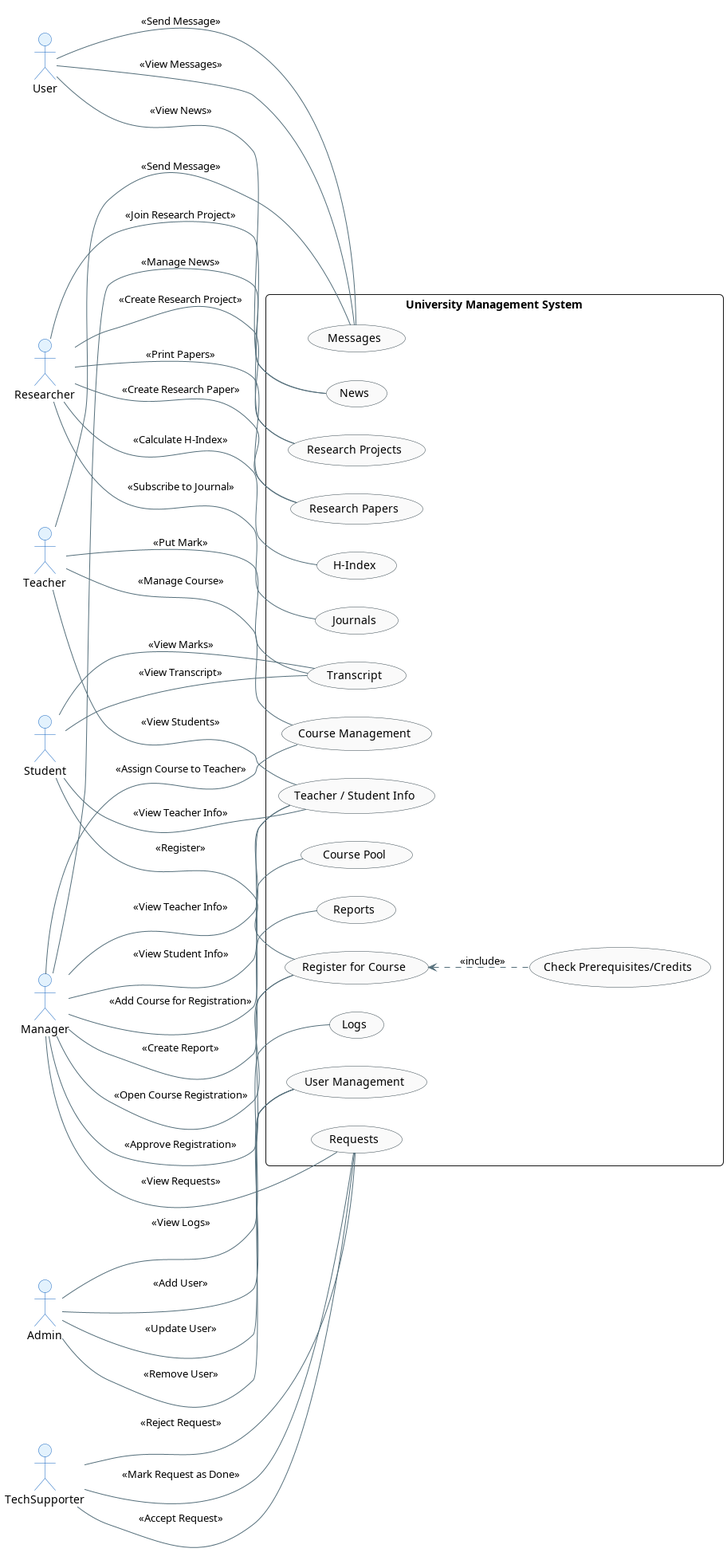
Earlier version of the PlantUML export out/PartA/useCaseDiagrams/courseRegistration/courseRegistration.png (ofeerist/uni-crm-oop). The source it was exported from:
```plantuml
@startuml
skinparam theme plain
skinparam packageStyle rectangle
skinparam roundcorner 10
skinparam shadowing false
skinparam defaultFontName "Segoe UI"

skinparam actor {
    BackgroundColor #E3F2FD
    BorderColor #1565C0
    FontColor #000000
}

skinparam usecase {
    BackgroundColor #FAFAFA
    BorderColor #37474F
    ArrowColor #546E7A
    FontColor #000000
}

left to right direction

actor "User" as U
actor "Student" as S
actor "Teacher" as T
actor "Researcher" as R
actor "Manager" as M
actor "Admin" as A
actor "TechSupporter" as TS

rectangle "University Management System" {

    usecase "Register for Course" as Register
    usecase "Check Prerequisites/Credits" as CheckCredits
    usecase "Transcript" as Transcript
    usecase "Course Management" as CourseMgmt
    usecase "Course Pool" as CoursePool
    usecase "Teacher / Student Info" as Info
    usecase "Messages" as Messages
    usecase "News" as News
    usecase "Research Projects" as ResearchProjects
    usecase "Research Papers" as ResearchPapers
    usecase "H-Index" as HIndex
    usecase "Journals" as Journals
    usecase "User Management" as UserMgmt
    usecase "Logs" as Logs
    usecase "Requests" as Requests
    usecase "Reports" as Reports

    U -- News : <<View News>>
    U -- Messages : <<Send Message>>
    U -- Messages : <<View Messages>>

    M -- Register : <<Open Course Registration>>
    M -- Register : <<Approve Registration>>
    M -- CoursePool : <<Add Course for Registration>>
    M -- CourseMgmt : <<Assign Course to Teacher>>
    M -- Reports : <<Create Report>>
    M -- Info : <<View Student Info>>
    M -- Info : <<View Teacher Info>>
    M -- News : <<Manage News>>
    M -- Requests : <<View Requests>>

    S -- Register : <<Register>>
    Register <.. CheckCredits : <<include>>
    S -- Transcript : <<View Transcript>>
    S -- Transcript : <<View Marks>>
    S -- Info : <<View Teacher Info>>

    T -- Transcript : <<Put Mark>>
    T -- CourseMgmt : <<Manage Course>>
    T -- Info : <<View Students>>
    T -- Messages : <<Send Message>>

    A -- UserMgmt : <<Add User>>
    A -- UserMgmt : <<Update User>>
    A -- UserMgmt : <<Remove User>>
    A -- Logs : <<View Logs>>

    TS -- Requests : <<Accept Request>>
    TS -- Requests : <<Reject Request>>
    TS -- Requests : <<Mark Request as Done>>

    R -- ResearchProjects : <<Create Research Project>>
    R -- ResearchProjects : <<Join Research Project>>
    R -- ResearchPapers : <<Create Research Paper>>
    R -- ResearchPapers : <<Print Papers>>
    R -- HIndex : <<Calculate H-Index>>
    R -- Journals : <<Subscribe to Journal>>
}

@enduml
```
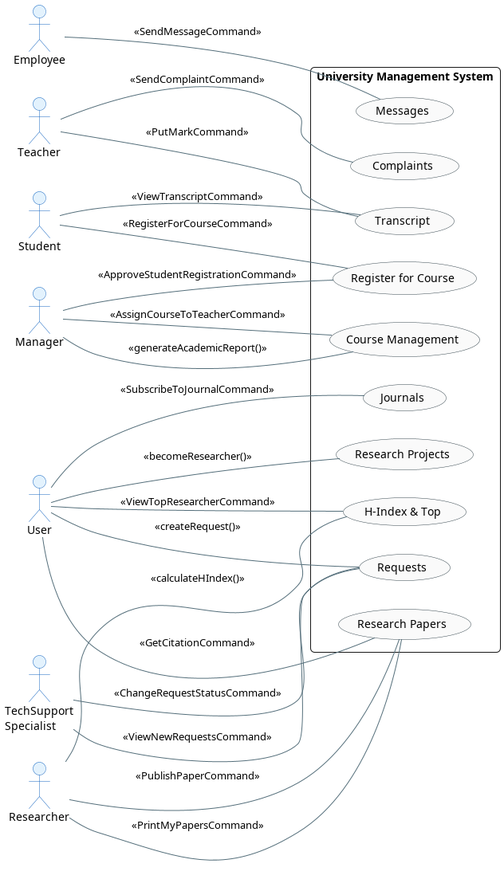
After the commit.

Change to the diagram source:
```diff
@@ -22,71 +22,49 @@
 
 actor "User" as U
 actor "Student" as S
+actor "Employee" as E
 actor "Teacher" as T
+actor "Manager" as M
+actor "TechSupport\nSpecialist" as TSS
 actor "Researcher" as R
-actor "Manager" as M
-actor "Admin" as A
-actor "TechSupporter" as TS
 
 rectangle "University Management System" {
 
     usecase "Register for Course" as Register
-    usecase "Check Prerequisites/Credits" as CheckCredits
     usecase "Transcript" as Transcript
     usecase "Course Management" as CourseMgmt
-    usecase "Course Pool" as CoursePool
-    usecase "Teacher / Student Info" as Info
     usecase "Messages" as Messages
-    usecase "News" as News
+    usecase "Complaints" as Complaints
+    usecase "Requests" as Requests
     usecase "Research Projects" as ResearchProjects
     usecase "Research Papers" as ResearchPapers
-    usecase "H-Index" as HIndex
+    usecase "H-Index & Top" as HIndex
     usecase "Journals" as Journals
-    usecase "User Management" as UserMgmt
-    usecase "Logs" as Logs
-    usecase "Requests" as Requests
-    usecase "Reports" as Reports
 
-    U -- News : <<View News>>
-    U -- Messages : <<Send Message>>
-    U -- Messages : <<View Messages>>
+    U -- Requests : <<createRequest()>>
+    U -- Journals : <<SubscribeToJournalCommand>>
+    U -- ResearchPapers : <<GetCitationCommand>>
+    U -- HIndex : <<ViewTopResearcherCommand>>
+    U -- ResearchProjects : <<becomeResearcher()>>
 
-    M -- Register : <<Open Course Registration>>
-    M -- Register : <<Approve Registration>>
-    M -- CoursePool : <<Add Course for Registration>>
-    M -- CourseMgmt : <<Assign Course to Teacher>>
-    M -- Reports : <<Create Report>>
-    M -- Info : <<View Student Info>>
-    M -- Info : <<View Teacher Info>>
-    M -- News : <<Manage News>>
-    M -- Requests : <<View Requests>>
+    E -- Messages : <<SendMessageCommand>>
 
-    S -- Register : <<Register>>
-    Register <.. CheckCredits : <<include>>
-    S -- Transcript : <<View Transcript>>
-    S -- Transcript : <<View Marks>>
-    S -- Info : <<View Teacher Info>>
+    S -- Register : <<RegisterForCourseCommand>>
+    S -- Transcript : <<ViewTranscriptCommand>>
 
-    T -- Transcript : <<Put Mark>>
-    T -- CourseMgmt : <<Manage Course>>
-    T -- Info : <<View Students>>
-    T -- Messages : <<Send Message>>
+    T -- Transcript : <<PutMarkCommand>>
+    T -- Complaints : <<SendComplaintCommand>>
 
-    A -- UserMgmt : <<Add User>>
-    A -- UserMgmt : <<Update User>>
-    A -- UserMgmt : <<Remove User>>
-    A -- Logs : <<View Logs>>
+    M -- Register : <<ApproveStudentRegistrationCommand>>
+    M -- CourseMgmt : <<AssignCourseToTeacherCommand>>
+    M -- CourseMgmt : <<generateAcademicReport()>>
 
-    TS -- Requests : <<Accept Request>>
-    TS -- Requests : <<Reject Request>>
-    TS -- Requests : <<Mark Request as Done>>
+    TSS -- Requests : <<ViewNewRequestsCommand>>
+    TSS -- Requests : <<ChangeRequestStatusCommand>>
 
-    R -- ResearchProjects : <<Create Research Project>>
-    R -- ResearchProjects : <<Join Research Project>>
-    R -- ResearchPapers : <<Create Research Paper>>
-    R -- ResearchPapers : <<Print Papers>>
-    R -- HIndex : <<Calculate H-Index>>
-    R -- Journals : <<Subscribe to Journal>>
+    R -- ResearchPapers : <<PublishPaperCommand>>
+    R -- ResearchPapers : <<PrintMyPapersCommand>>
+    R -- HIndex : <<calculateHIndex()>>
 }
 
 @enduml
```
